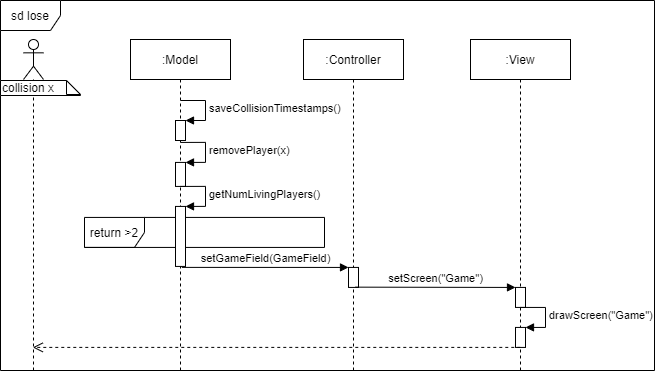
This is Doku/images/SD_UC7Lose.png from KjellooMelloo/gameoftrons, a draw.io export, as it was before one commit. Source tidied: cells renumbered, new cells last; positions are measured from the earlier drawing's top-left corner, leaving out a move shared by most shapes.
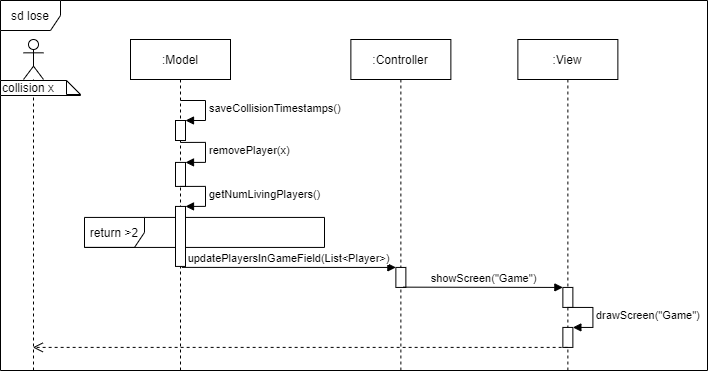
The same diagram one commit later.

What changed in the source:
```diff
@@ -3,7 +3,7 @@
     <mxCell id="0" />
     <mxCell id="1" parent="0" />
     <mxCell id="2" value="sd lose" style="shape=umlFrame;whiteSpace=wrap;html=1;fillColor=#ffffff;" parent="1" vertex="1">
-      <mxGeometry width="654" height="370" as="geometry" />
+      <mxGeometry width="707" height="370" as="geometry" />
     </mxCell>
     <mxCell id="3" value="return &amp;gt;2" style="shape=umlFrame;whiteSpace=wrap;html=1;fillColor=#ffffff;" parent="1" vertex="1">
       <mxGeometry x="84" y="216.9" width="240" height="30" as="geometry" />
@@ -48,13 +48,13 @@
       <mxGeometry x="23" y="39" width="20" height="331" as="geometry" />
     </mxCell>
     <mxCell id="12" value=":Controller" style="shape=umlLifeline;perimeter=lifelinePerimeter;whiteSpace=wrap;html=1;" parent="1" vertex="1">
-      <mxGeometry x="303" y="39" width="100" height="331" as="geometry" />
+      <mxGeometry x="350.4" y="39" width="100" height="331" as="geometry" />
     </mxCell>
     <mxCell id="13" style="html=1;points=[];perimeter=orthogonalPerimeter;" parent="12" vertex="1">
       <mxGeometry x="45" y="227.9" width="10" height="20" as="geometry" />
     </mxCell>
     <mxCell id="14" value=":View" style="shape=umlLifeline;perimeter=lifelinePerimeter;whiteSpace=wrap;html=1;" parent="1" vertex="1">
-      <mxGeometry x="470" y="39" width="100" height="331" as="geometry" />
+      <mxGeometry x="517.4" y="39" width="100" height="331" as="geometry" />
     </mxCell>
     <mxCell id="15" style="html=1;points=[];perimeter=orthogonalPerimeter;" parent="14" vertex="1">
       <mxGeometry x="45" y="247.9" width="10" height="20" as="geometry" />
@@ -73,12 +73,12 @@
     <mxCell id="18" value="collision x" style="shape=note;whiteSpace=wrap;html=1;size=14;verticalAlign=top;align=left;spacingTop=-6;" parent="1" vertex="1">
       <mxGeometry y="80" width="80" height="15" as="geometry" />
     </mxCell>
-    <mxCell id="19" value="setGameField(GameField)" style="html=1;verticalAlign=bottom;endArrow=block;entryX=0;entryY=0;exitX=0.638;exitY=0.998;exitDx=0;exitDy=0;exitPerimeter=0;" parent="1" edge="1" target="13">
+    <mxCell id="19" value="updatePlayersInGameField(List&amp;lt;Player&amp;gt;)" style="html=1;verticalAlign=bottom;endArrow=block;entryX=0;entryY=0;exitX=0.638;exitY=0.998;exitDx=0;exitDy=0;exitPerimeter=0;" parent="1" edge="1" target="13">
       <mxGeometry relative="1" as="geometry">
         <mxPoint x="181.4" y="266.9" as="sourcePoint" />
       </mxGeometry>
     </mxCell>
-    <mxCell id="20" value="setScreen(&quot;Game&quot;)" style="html=1;verticalAlign=bottom;endArrow=block;entryX=0;entryY=0;exitX=0.717;exitY=0.986;exitDx=0;exitDy=0;exitPerimeter=0;" parent="1" edge="1" source="13" target="15">
+    <mxCell id="20" value="showScreen(&quot;Game&quot;)" style="html=1;verticalAlign=bottom;endArrow=block;entryX=0;entryY=0;exitX=0.717;exitY=0.986;exitDx=0;exitDy=0;exitPerimeter=0;" parent="1" edge="1" source="13" target="15">
       <mxGeometry relative="1" as="geometry" />
     </mxCell>
     <mxCell id="21" style="html=1;verticalAlign=bottom;endArrow=open;dashed=1;endSize=8;exitX=0.477;exitY=0.998;exitDx=0;exitDy=0;exitPerimeter=0;" parent="1" edge="1" source="16">
```
